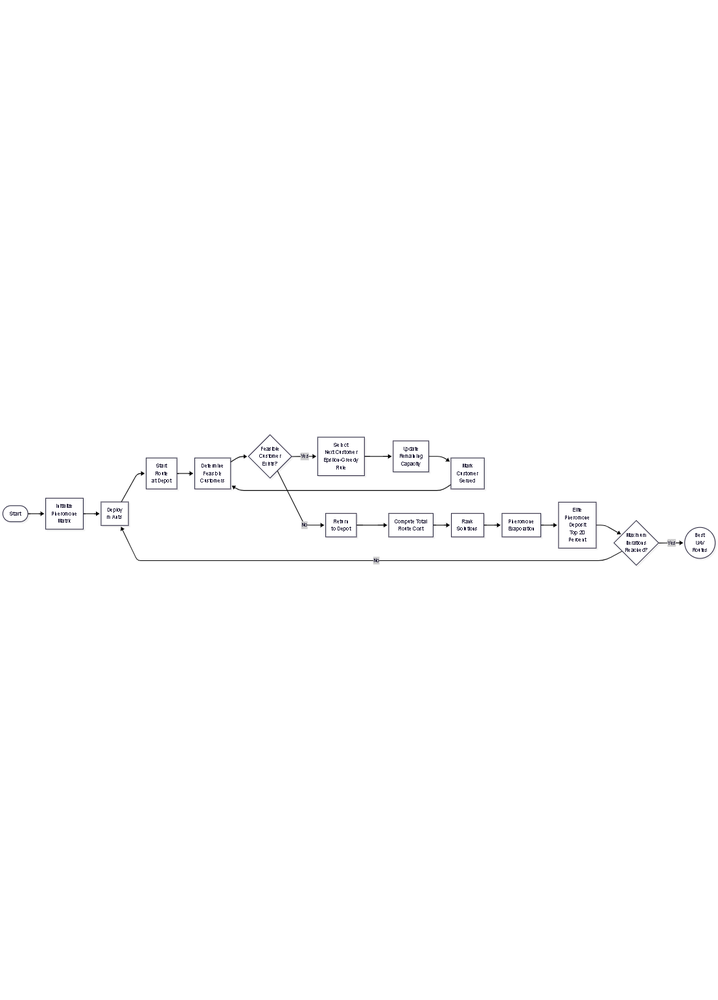
Earlier version of the Mermaid export UAV_ACO_flowchart.png (DerpFishy/Algorithm-Final-Project). Its source is kept beside it as UAV_ACO_flowchart.mermaid.
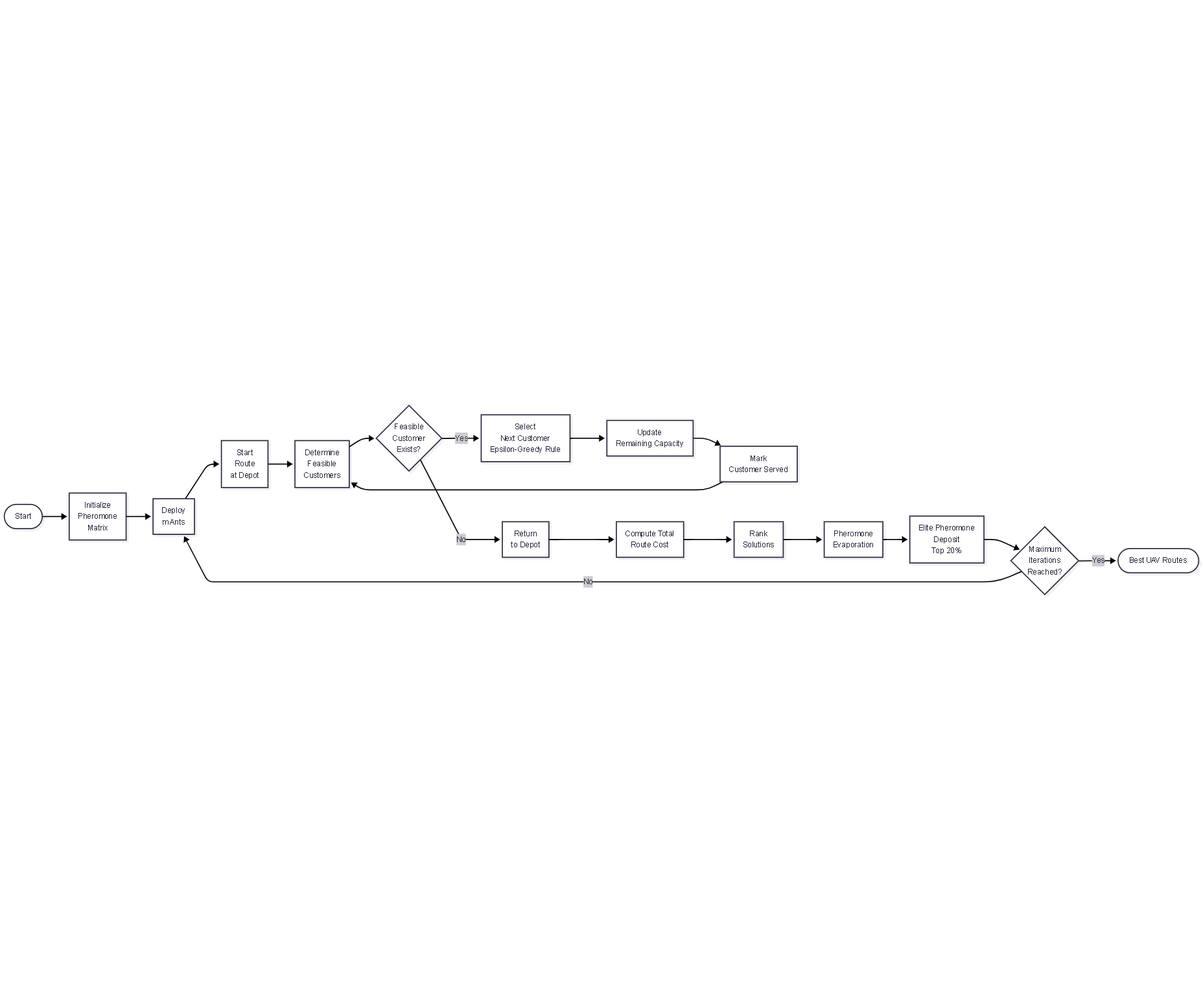
The same file after the commit.

Commit message:
chore: make flowchart look better

Change to the diagram source:
```diff
@@ -2,83 +2,31 @@
 
     A([Start])
 
-    B[Initialize
-    Pheromone
-    Matrix]
+    A --> B[Initialize<br/>Pheromone<br/>Matrix]
+    B --> C[Deploy<br/>m Ants]
 
-    C[Deploy
-    m Ants]
+    C --> D[Start<br/>Route<br/>at Depot]
 
-    D[Start
-    Route
-    at Depot]
+    D --> E[Determine<br/>Feasible<br/>Customers]
 
-    E[Determine
-    Feasible
-    Customers]
+    E --> F{Feasible<br/>Customer<br/>Exists?}
 
-    F{Feasible
-    Customer
-    Exists?}
+    F -- Yes --> G[Select<br/>Next Customer<br/>Epsilon-Greedy Rule]
 
-    G[Select
-    Next Customer
-    Epsilon-Greedy
-    Rule]
-
-    H[Update
-    Remaining
-    Capacity]
-
-    I[Mark
-    Customer
-    Served]
-
-    J[Return
-    to Depot]
-
-    K[Compute Total
-    Route Cost]
-
-    L[Rank
-    Solutions]
-
-    M[Pheromone
-    Evaporation]
-
-    N[Elite
-    Pheromone
-    Deposit
-    Top 20
-    Percent]
-
-    O{Maximum
-    Iterations
-    Reached?}
-
-    P([Best
-    UAV
-    Routes])
-
-    A --> B
-    B --> C
-    C --> D
-
-    D --> E
-    E --> F
-
-    F -- Yes --> G
-    G --> H
-    H --> I
+    G --> H[Update<br/>Remaining Capacity]
+    H --> I[Mark<br/>Customer Served]
     I --> E
 
-    F -- No --> J
-    J --> K
-    K --> L
+    F -- No --> J[Return<br/>to Depot]
 
-    L --> M
-    M --> N
-    N --> O
+    J --> K[Compute Total<br/>Route Cost]
+    K --> L[Rank<br/>Solutions]
+
+    L --> M[Pheromone<br/>Evaporation]
+
+    M --> N[Elite Pheromone<br/>Deposit<br/>Top 20%]
+
+    N --> O{Maximum<br/>Iterations<br/>Reached?}
 
     O -- No --> C
-    O -- Yes --> P
+    O -- Yes --> P([Best UAV Routes])
```
